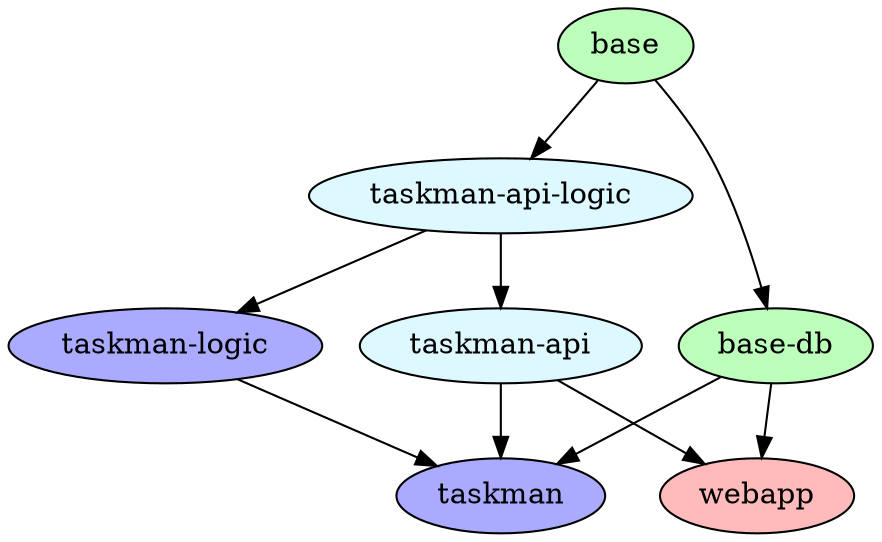
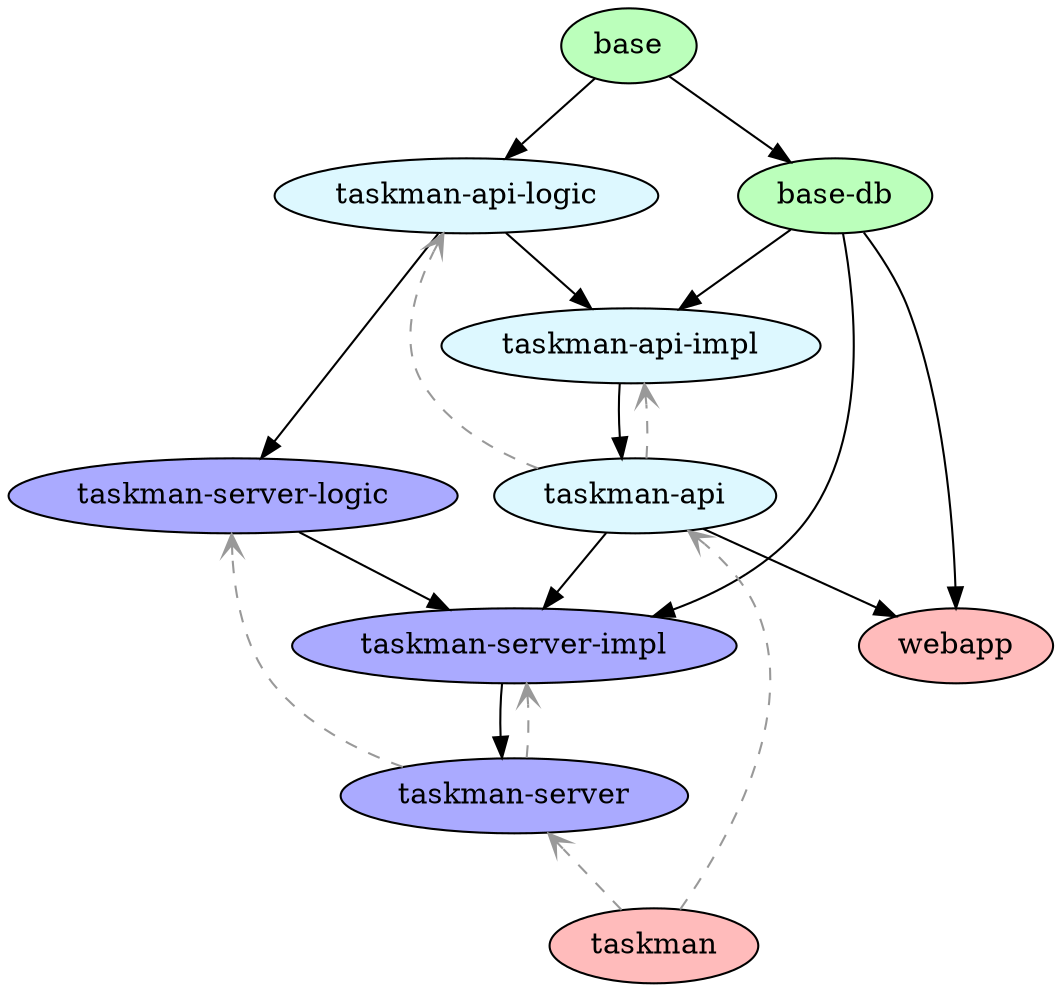
digraph G {
rankdir=BT edge[dir=back] node[style=filled]

{node[fillcolor="#bbffbb"]
  base
  baseDb [label="base-db"]
}
{node[fillcolor="#aaaaff"]
-   taskman
-   taskmanLogic [label="taskman-logic"]
+   taskmanServerImpl [label="taskman-server-impl"]
+   taskmanServerLogic [label="taskman-server-logic"]
+   taskmanServer [label="taskman-server"]
}
{node[fillcolor="#ddf8ff"]
+   taskmanApiImpl [label="taskman-api-impl"]
+   taskmanApiLogic [label="taskman-api-logic"]
  taskmanApi [label="taskman-api"]
-   taskmanApiLogic [label="taskman-api-logic"]
}
+   taskman [fillcolor="#ffbbbb"]
  webapp [fillcolor="#ffbbbb"]

+ // Deps
base
baseDb -> base
+ taskmanApiLogic -> base
+ taskmanApiImpl -> taskmanApiLogic,baseDb
+ taskmanApi -> taskmanApiImpl
+ taskmanServerLogic -> taskmanApiLogic
+ taskmanServerImpl -> taskmanServerLogic,taskmanApi,baseDb
+ taskmanServer -> taskmanServerImpl
webapp -> baseDb,taskmanApi
- taskmanApi -> taskmanApiLogic
- taskmanApiLogic -> base
- taskman -> taskmanLogic,taskmanApi,baseDb
- taskmanLogic -> taskmanApiLogic

+ // Aggregation
+ edge[dir=forward style=dashed arrowhead=vee color="#999999"]
+ taskmanApi -> taskmanApiLogic,taskmanApiImpl
+ taskmanServer -> taskmanServerLogic,taskmanServerImpl
+ taskman -> taskmanApi,taskmanServer
}
